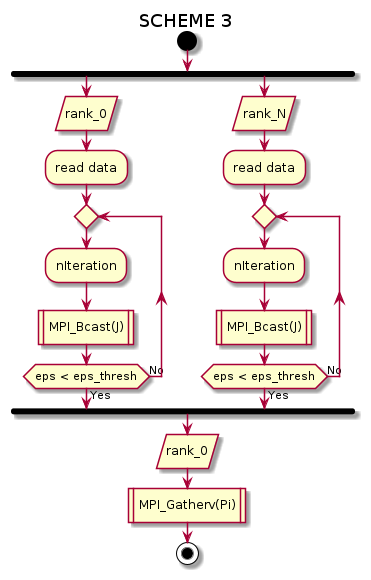
Earlier version of the PlantUML export out/src/scheme3/scheme3.png (hashkode/hpcfmi-mpivi). The source it was exported from:
```plantuml
@startuml
title SCHEME 3
start
fork
    :rank_0/
    :read data;
repeat
    :nIteration;
    :MPI_Bcast(J)|
repeat while (eps < eps_thresh) is (No) not (Yes)
fork again
    :rank_N/
    :read data;
repeat
    :nIteration;
    :MPI_Bcast(J)|
repeat while (eps < eps_thresh) is (No) not (Yes)
end fork
:rank_0/
:MPI_Gatherv(Pi)|

stop

@enduml
```
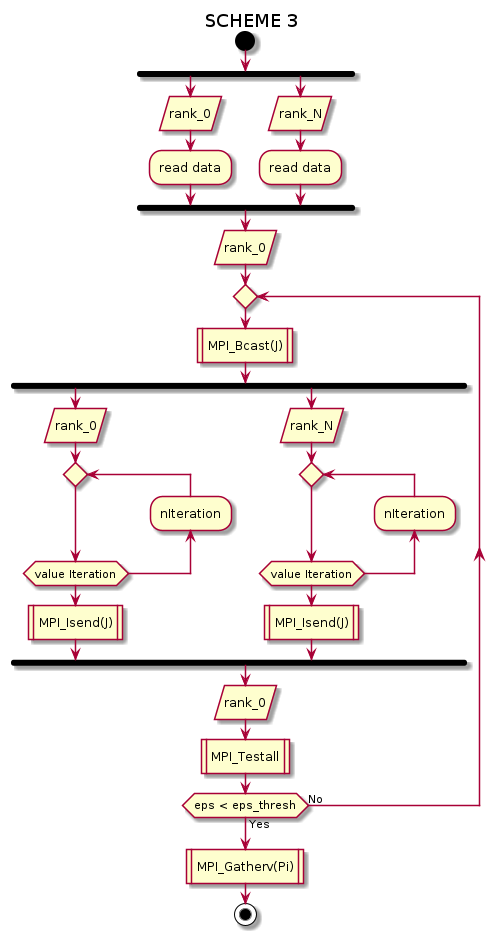
After the commit.

Diff of the diagram source:
```diff
@@ -4,19 +4,29 @@
 fork
     :rank_0/
     :read data;
-repeat
-    :nIteration;
-    :MPI_Bcast(J)|
-repeat while (eps < eps_thresh) is (No) not (Yes)
 fork again
     :rank_N/
     :read data;
+end fork
+    :rank_0/
 repeat
-    :nIteration;
     :MPI_Bcast(J)|
-repeat while (eps < eps_thresh) is (No) not (Yes)
+fork
+    :rank_0/
+repeat
+    backward:nIteration;
+    repeat while (value Iteration)
+    :MPI_Isend(J)|
+fork again
+    :rank_N/
+repeat
+    backward:nIteration;
+    repeat while (value Iteration)
+    :MPI_Isend(J)|
 end fork
 :rank_0/
+:MPI_Testall|
+repeat while (eps < eps_thresh) is (No) not (Yes)
 :MPI_Gatherv(Pi)|
 
 stop
```
